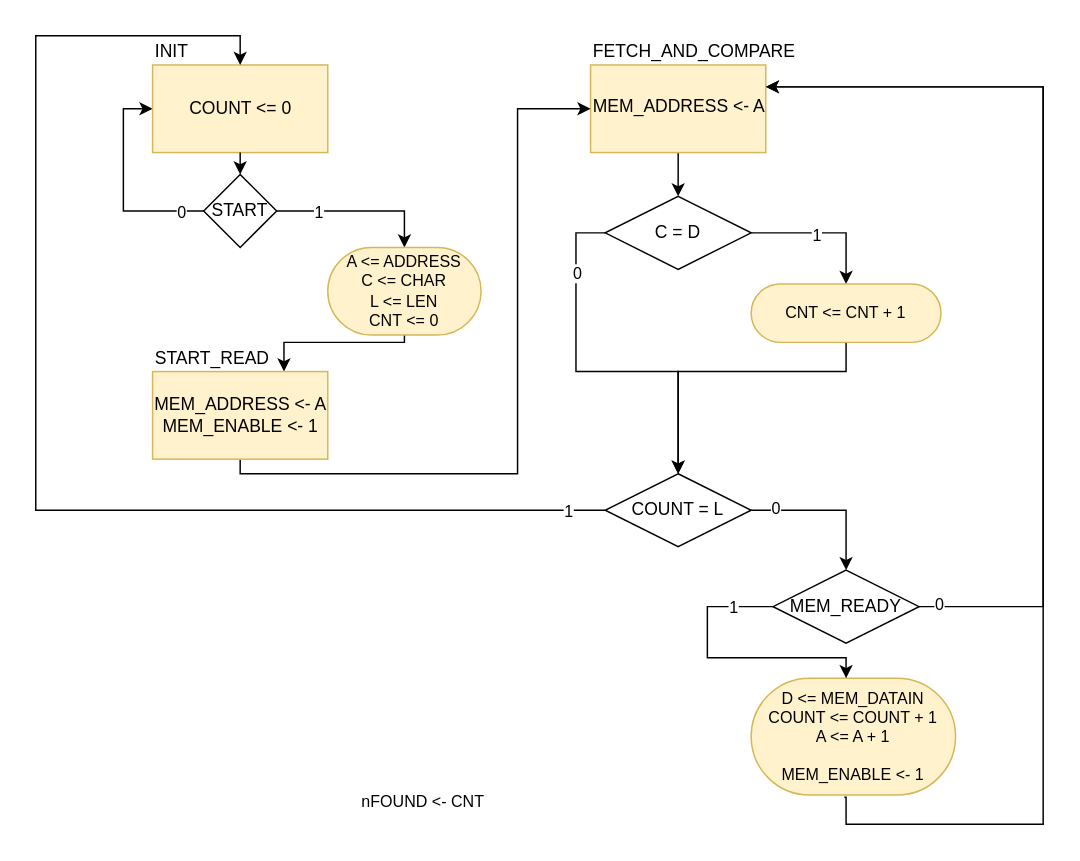
This is page "search_chr_improved" (4 of 5) of ASMcharts/ASM.drawio from DavidTrevisan/calcolatori_elettronici_2025, a draw.io file, before an edit. Source tidied: cells renumbered, new cells numbered last; positions are measured from the earlier drawing's top-left corner, leaving out a move shared by most shapes. Both pictures are drawn from the tidied source at 146%, with x=0, y=0 at pixel (35, 35).
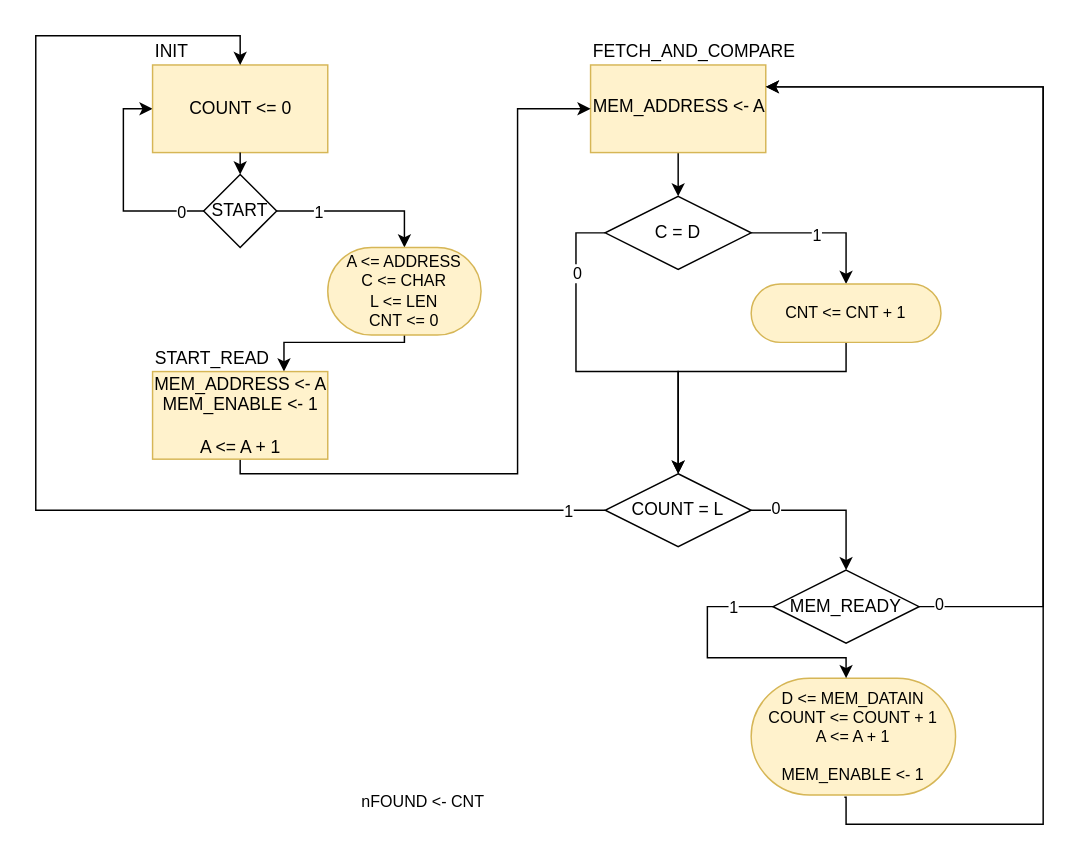
The same diagram, later.

Diff of the diagram source:
```diff
@@
-    <mxCell id="37" value="MEM_ADDRESS &amp;lt;- A&lt;br&gt;MEM_ENABLE &amp;lt;- 1" style="text;html=1;align=center;verticalAlign=middle;strokeColor=none;fillColor=none;" parent="1" vertex="1">
-      <mxGeometry x="70" y="240" width="140" height="40" as="geometry" />
+    <mxCell id="37" value="MEM_ADDRESS &amp;lt;- A&lt;br&gt;MEM_ENABLE &amp;lt;- 1&lt;br&gt;&lt;br&gt;A &amp;lt;= A + 1" style="text;html=1;align=center;verticalAlign=middle;strokeColor=none;fillColor=none;" parent="1" vertex="1">
+      <mxGeometry x="70" y="225" width="140" height="70" as="geometry" />
     </mxCell>
```
